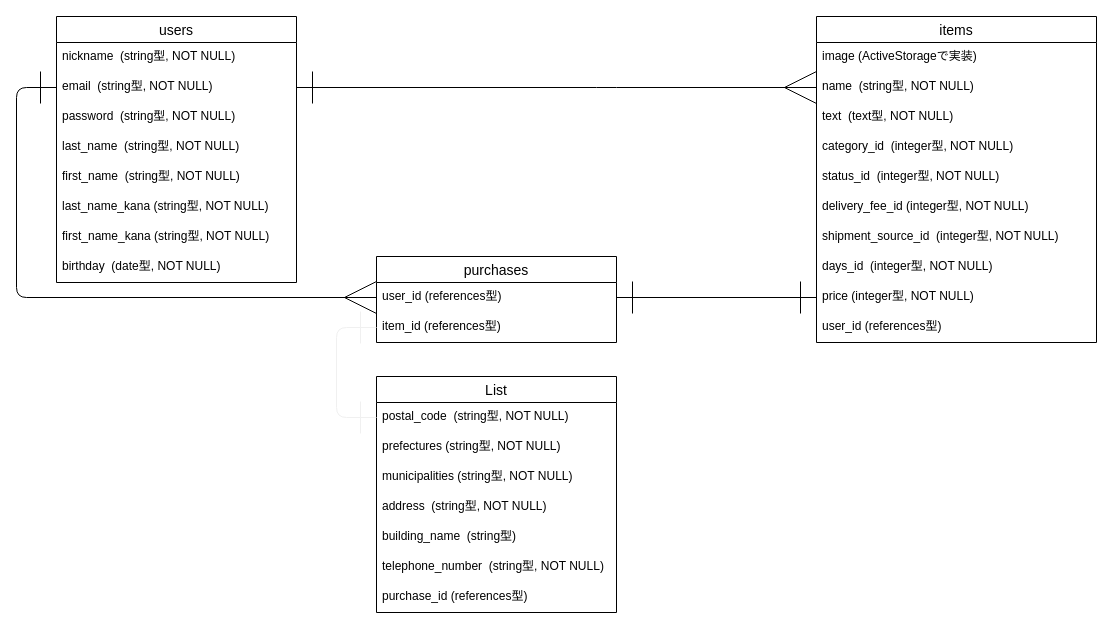
Above: furima-35985.dio in kazusayahazu/furima-35985 (draw.io), before the change. Source tidied: cells renumbered, new cells numbered last; positions are measured from the earlier drawing's top-left corner, leaving out a move shared by most shapes. Both pictures are drawn from the tidied source at 100%, with x=0, y=0 at pixel (56, 16).
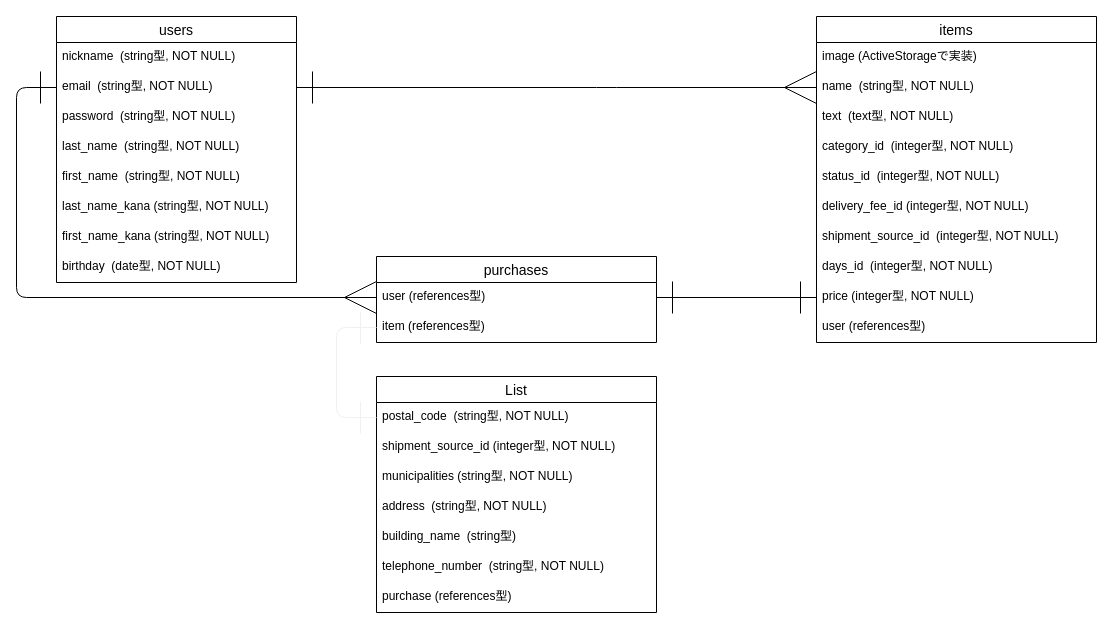
After the change.

Commit message (it also covers changes not shown here):
データベース設計（再修正分）

Unchanged cells that the change refers to:
```xml
<mxCell id="11" value="items" style="swimlane;fontStyle=0;horizontal=1;startSize=26;align=center;fontSize=14;" parent="1" vertex="1">
  <mxGeometry x="760" width="280" height="326" as="geometry" />
</mxCell>
```

What changed in the source:
```diff
@@
-    <mxCell id="21" value="user_id (references型)" style="text;strokeColor=none;fillColor=none;spacingLeft=4;spacingRight=4;overflow=hidden;fontSize=12;" parent="11" vertex="1">
+    <mxCell id="21" value="user (references型)" style="text;strokeColor=none;fillColor=none;spacingLeft=4;spacingRight=4;overflow=hidden;fontSize=12;" parent="11" vertex="1">
       <mxGeometry y="296" width="280" height="30" as="geometry" />
     </mxCell>
     <mxCell id="22" value="purchases" style="swimlane;fontStyle=0;horizontal=1;startSize=26;align=center;fontSize=14;" parent="1" vertex="1">
-      <mxGeometry x="320" y="240" width="240" height="86" as="geometry" />
+      <mxGeometry x="320" y="240" width="280" height="86" as="geometry" />
     </mxCell>
-    <mxCell id="23" value="user_id (references型)" style="text;strokeColor=none;fillColor=none;spacingLeft=4;spacingRight=4;overflow=hidden;points=[[0,0.5],[1,0.5]];portConstraint=eastwest;fontSize=12;" parent="22" vertex="1">
-      <mxGeometry y="26" width="240" height="30" as="geometry" />
+    <mxCell id="23" value="user (references型)" style="text;strokeColor=none;fillColor=none;spacingLeft=4;spacingRight=4;overflow=hidden;points=[[0,0.5],[1,0.5]];portConstraint=eastwest;fontSize=12;" parent="22" vertex="1">
+      <mxGeometry y="26" width="280" height="30" as="geometry" />
     </mxCell>
-    <mxCell id="24" value="item_id (references型)" style="text;strokeColor=none;fillColor=none;spacingLeft=4;spacingRight=4;overflow=hidden;points=[[0,0.5],[1,0.5]];portConstraint=eastwest;fontSize=12;" parent="22" vertex="1">
-      <mxGeometry y="56" width="240" height="30" as="geometry" />
+    <mxCell id="24" value="item (references型)" style="text;strokeColor=none;fillColor=none;spacingLeft=4;spacingRight=4;overflow=hidden;points=[[0,0.5],[1,0.5]];portConstraint=eastwest;fontSize=12;" parent="22" vertex="1">
+      <mxGeometry y="56" width="280" height="30" as="geometry" />
     </mxCell>
     <mxCell id="25" value="List" style="swimlane;fontStyle=0;horizontal=1;startSize=26;align=center;fontSize=14;" parent="1" vertex="1">
-      <mxGeometry x="320" y="360" width="240" height="236" as="geometry" />
+      <mxGeometry x="320" y="360" width="280" height="236" as="geometry" />
     </mxCell>
     <mxCell id="26" value="postal_code  (string型, NOT NULL)" style="text;strokeColor=none;fillColor=none;spacingLeft=4;spacingRight=4;overflow=hidden;points=[[0,0.5],[1,0.5]];portConstraint=eastwest;fontSize=12;" parent="25" vertex="1">
-      <mxGeometry y="26" width="240" height="30" as="geometry" />
+      <mxGeometry y="26" width="280" height="30" as="geometry" />
     </mxCell>
-    <mxCell id="27" value="prefectures (string型, NOT NULL)" style="text;strokeColor=none;fillColor=none;spacingLeft=4;spacingRight=4;overflow=hidden;fontSize=12;" parent="25" vertex="1">
-      <mxGeometry y="56" width="240" height="30" as="geometry" />
+    <mxCell id="27" value="shipment_source_id (integer型, NOT NULL)" style="text;strokeColor=none;fillColor=none;spacingLeft=4;spacingRight=4;overflow=hidden;fontSize=12;" parent="25" vertex="1">
+      <mxGeometry y="56" width="280" height="30" as="geometry" />
     </mxCell>
     <mxCell id="28" value="municipalities (string型, NOT NULL)" style="text;strokeColor=none;fillColor=none;spacingLeft=4;spacingRight=4;overflow=hidden;fontSize=12;" parent="25" vertex="1">
-      <mxGeometry y="86" width="240" height="30" as="geometry" />
+      <mxGeometry y="86" width="280" height="30" as="geometry" />
     </mxCell>
     <mxCell id="29" value="address  (string型, NOT NULL)" style="text;strokeColor=none;fillColor=none;spacingLeft=4;spacingRight=4;overflow=hidden;fontSize=12;" parent="25" vertex="1">
-      <mxGeometry y="116" width="240" height="30" as="geometry" />
+      <mxGeometry y="116" width="280" height="30" as="geometry" />
     </mxCell>
     <mxCell id="30" value="building_name  (string型)" style="text;strokeColor=none;fillColor=none;spacingLeft=4;spacingRight=4;overflow=hidden;fontSize=12;" parent="25" vertex="1">
-      <mxGeometry y="146" width="240" height="30" as="geometry" />
+      <mxGeometry y="146" width="280" height="30" as="geometry" />
     </mxCell>
     <mxCell id="31" value="telephone_number  (string型, NOT NULL)" style="text;strokeColor=none;fillColor=none;spacingLeft=4;spacingRight=4;overflow=hidden;fontSize=12;" parent="25" vertex="1">
-      <mxGeometry y="176" width="240" height="30" as="geometry" />
+      <mxGeometry y="176" width="280" height="30" as="geometry" />
     </mxCell>
-    <mxCell id="32" value="purchase_id (references型)" style="text;strokeColor=none;fillColor=none;spacingLeft=4;spacingRight=4;overflow=hidden;fontSize=12;" parent="25" vertex="1">
-      <mxGeometry y="206" width="240" height="30" as="geometry" />
+    <mxCell id="32" value="purchase (references型)" style="text;strokeColor=none;fillColor=none;spacingLeft=4;spacingRight=4;overflow=hidden;fontSize=12;" parent="25" vertex="1">
+      <mxGeometry y="206" width="280" height="30" as="geometry" />
     </mxCell>
```
